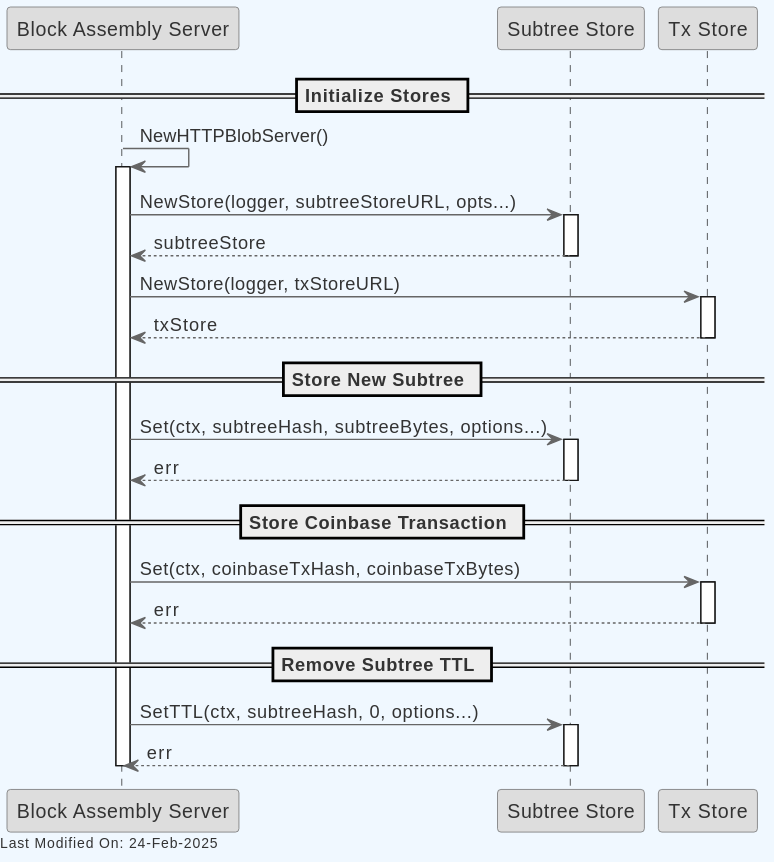
This is docs/topics/services/img/plantuml/blobserver/blob_server_block_assembly.svg from freemans13/teranode, a PlantUML export, as it was before one commit. Its source is kept beside it as docs/topics/services/img/plantuml/blobserver/blob_server_block_assembly.puml.
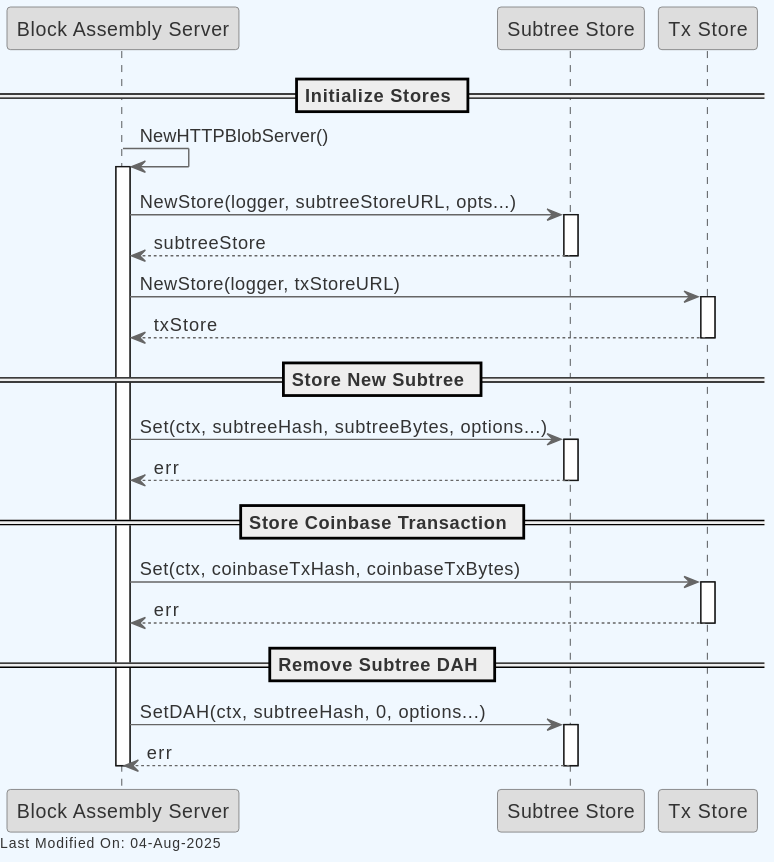
Later version of the same file.

The edit, as a diff of the source:
```diff
@@ -48,8 +48,8 @@
 TxStore --> BlockAssemblyServer: err
 deactivate TxStore
 
-== Remove Subtree TTL ==
-BlockAssemblyServer -> SubtreeStore: SetTTL(ctx, subtreeHash, 0, options...)
+== Remove Subtree DAH ==
+BlockAssemblyServer -> SubtreeStore: SetDAH(ctx, subtreeHash, 0, options...)
 activate SubtreeStore
 SubtreeStore --> BlockAssemblyServer: err
 deactivate SubtreeStore
```
